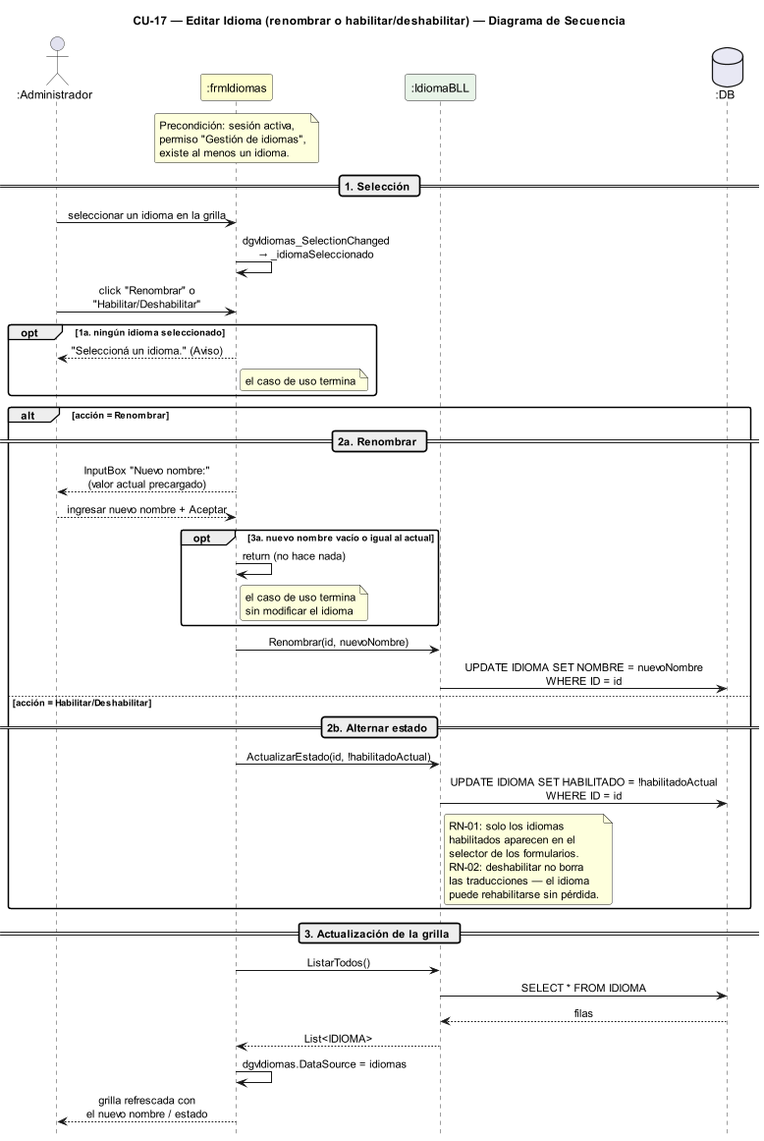
Before: DIAGRAMAS/DiagramaSecuencia_CU17_EditarIdioma.png, a diagram exported from PlantUML (Jesifu/club-de-vinos-td). Source of this version:
```plantuml
@startuml DiagramaSecuencia_CU17_EditarIdioma

title CU-17 — Editar Idioma (renombrar o habilitar/deshabilitar) — Diagrama de Secuencia

skinparam shadowing false
skinparam roundcorner 6
skinparam sequenceArrowThickness 1.2
skinparam ParticipantPadding 14
skinparam sequenceMessageAlign center
hide footbox
scale 0.85

actor       ":Administrador" as A
participant ":frmIdiomas"    as FI #FEFECE
participant ":IdiomaBLL"     as IB #E8F4E8
database    ":DB"            as DB #E8E8F4

note over FI
  Precondición: sesión activa,
  permiso "Gestión de idiomas",
  existe al menos un idioma.
end note

== 1. Selección ==

A -> FI : seleccionar un idioma en la grilla
FI -> FI : dgvIdiomas_SelectionChanged\n→ _idiomaSeleccionado

A -> FI : click "Renombrar" o\n"Habilitar/Deshabilitar"

opt 1a. ningún idioma seleccionado
  FI --> A : "Seleccioná un idioma." (Aviso)
  note right of FI : el caso de uso termina
end

alt acción = Renombrar

  == 2a. Renombrar ==

  FI --> A : InputBox "Nuevo nombre:"\n(valor actual precargado)
  A --> FI : ingresar nuevo nombre + Aceptar

  opt 3a. nuevo nombre vacío o igual al actual
    FI -> FI : return (no hace nada)
    note right of FI : el caso de uso termina\nsin modificar el idioma
  end

  FI -> IB : Renombrar(id, nuevoNombre)
  IB -> DB : UPDATE IDIOMA SET NOMBRE = nuevoNombre\nWHERE ID = id

else acción = Habilitar/Deshabilitar

  == 2b. Alternar estado ==

  FI -> IB : ActualizarEstado(id, !habilitadoActual)
  IB -> DB : UPDATE IDIOMA SET HABILITADO = !habilitadoActual\nWHERE ID = id

  note right of IB
    RN-01: solo los idiomas
    habilitados aparecen en el
    selector de los formularios.
    RN-02: deshabilitar no borra
    las traducciones — el idioma
    puede rehabilitarse sin pérdida.
  end note
end

== 3. Actualización de la grilla ==

FI -> IB : ListarTodos()
IB -> DB : SELECT * FROM IDIOMA
DB --> IB : filas
IB --> FI : List<IDIOMA>
FI -> FI : dgvIdiomas.DataSource = idiomas
FI --> A : grilla refrescada con\nel nuevo nombre / estado

@enduml
```
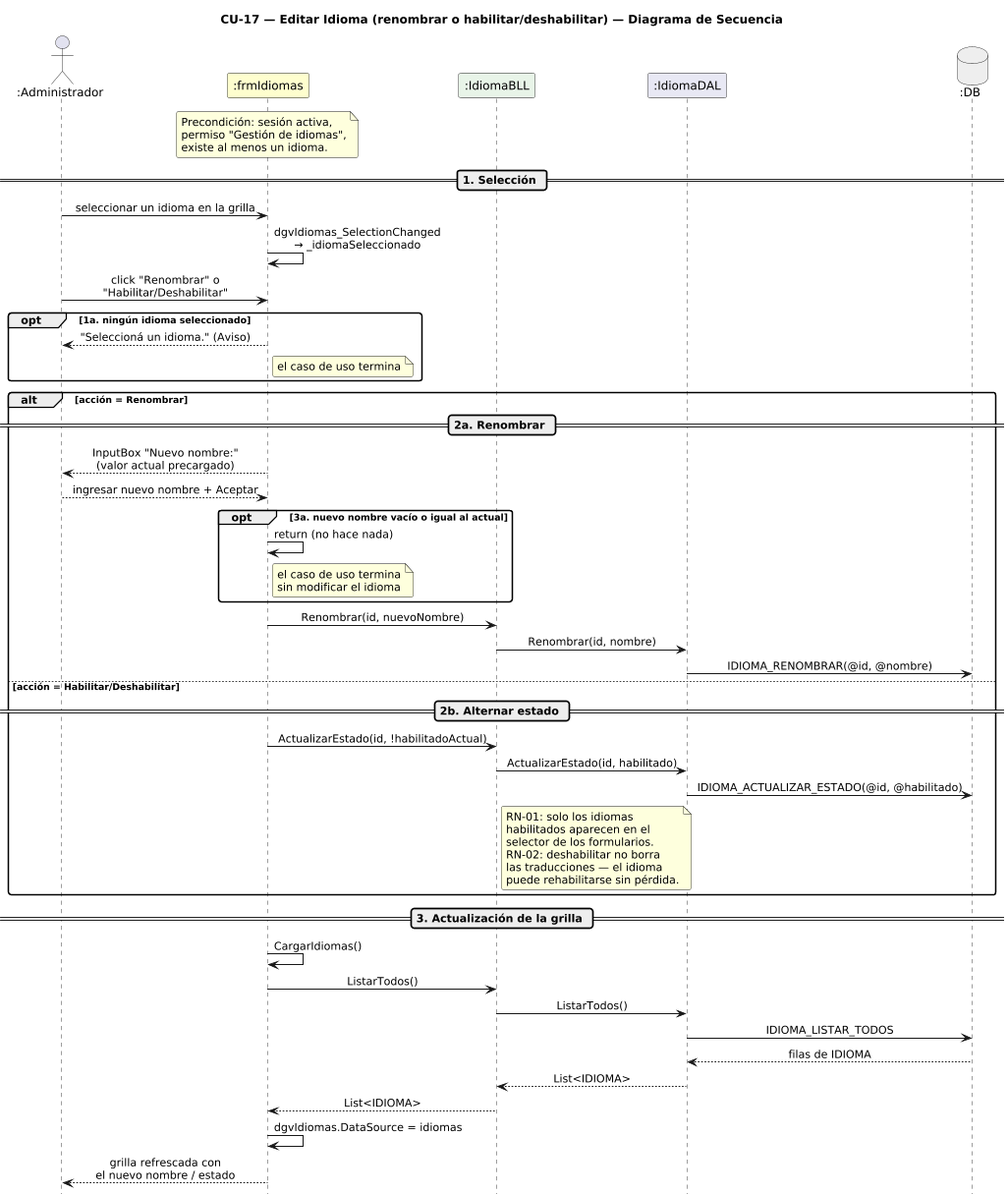
The same file after the commit.

What changed in the source:
```diff
@@ -5,7 +5,6 @@
 skinparam shadowing false
 skinparam roundcorner 6
 skinparam sequenceArrowThickness 1.2
-skinparam ParticipantPadding 14
 skinparam sequenceMessageAlign center
 hide footbox
 scale 0.85
@@ -13,7 +12,8 @@
 actor       ":Administrador" as A
 participant ":frmIdiomas"    as FI #FEFECE
 participant ":IdiomaBLL"     as IB #E8F4E8
-database    ":DB"            as DB #E8E8F4
+participant ":IdiomaDAL"     as IDD #E8E8F4
+database    ":DB"            as DB #EEEEEE
 
 note over FI
   Precondición: sesión activa,
@@ -46,14 +46,16 @@
   end
 
   FI -> IB : Renombrar(id, nuevoNombre)
-  IB -> DB : UPDATE IDIOMA SET NOMBRE = nuevoNombre\nWHERE ID = id
+  IB -> IDD : Renombrar(id, nombre)
+  IDD -> DB : IDIOMA_RENOMBRAR(@id, @nombre)
 
 else acción = Habilitar/Deshabilitar
 
   == 2b. Alternar estado ==
 
   FI -> IB : ActualizarEstado(id, !habilitadoActual)
-  IB -> DB : UPDATE IDIOMA SET HABILITADO = !habilitadoActual\nWHERE ID = id
+  IB -> IDD : ActualizarEstado(id, habilitado)
+  IDD -> DB : IDIOMA_ACTUALIZAR_ESTADO(@id, @habilitado)
 
   note right of IB
     RN-01: solo los idiomas
@@ -67,9 +69,12 @@
 
 == 3. Actualización de la grilla ==
 
+FI -> FI : CargarIdiomas()
 FI -> IB : ListarTodos()
-IB -> DB : SELECT * FROM IDIOMA
-DB --> IB : filas
+IB -> IDD : ListarTodos()
+IDD -> DB : IDIOMA_LISTAR_TODOS
+DB --> IDD : filas de IDIOMA
+IDD --> IB : List<IDIOMA>
 IB --> FI : List<IDIOMA>
 FI -> FI : dgvIdiomas.DataSource = idiomas
 FI --> A : grilla refrescada con\nel nuevo nombre / estado
```
